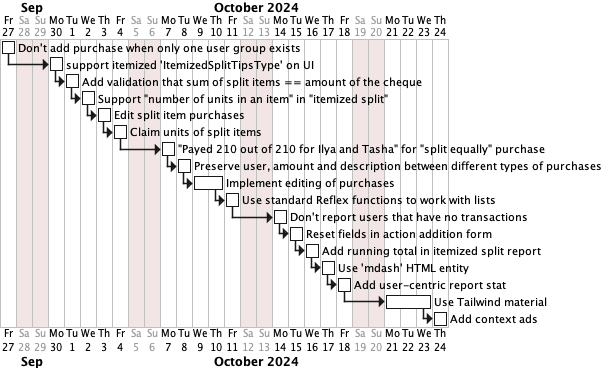
Before: plan_after_release.png, a diagram exported from PlantUML (tellary/split).
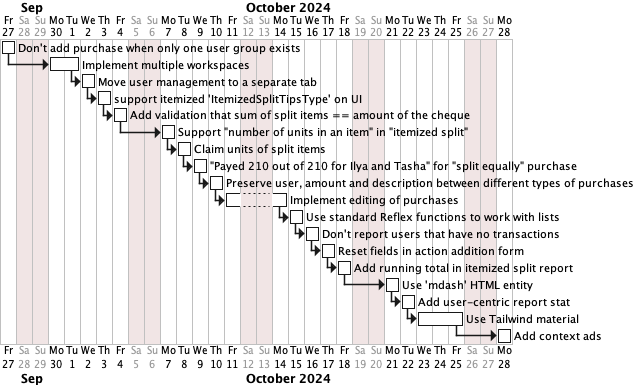
The same diagram one commit later.

Commit message:
Specify user or group in 'addSplitItem'

Change to the diagram source:
```diff
@@ -5,10 +5,11 @@
 sunday are closed
 
 [Don't add purchase when only one user group exists] is 0% completed
+then [Implement multiple workspaces] is 0% completed and requires 2 days and starts on 2024-08-21
+then [Move user management to a separate tab] is 0% completed
 then [support itemized 'ItemizedSplitTipsType' on UI] is 0% completed
 then [Add validation that sum of split items == amount of the cheque] is 0% completed
 then [Support "number of units in an item" in "itemized split"] is 0% completed
-then [Edit split item purchases] is 0% completed
 then [Claim units of split items] is 0% completed
 then ["Payed 210 out of 210 for Ilya and Tasha" for "split equally" purchase] is 0% completed
 then [Preserve user, amount and description between different types of purchases] is 0% completed
```
